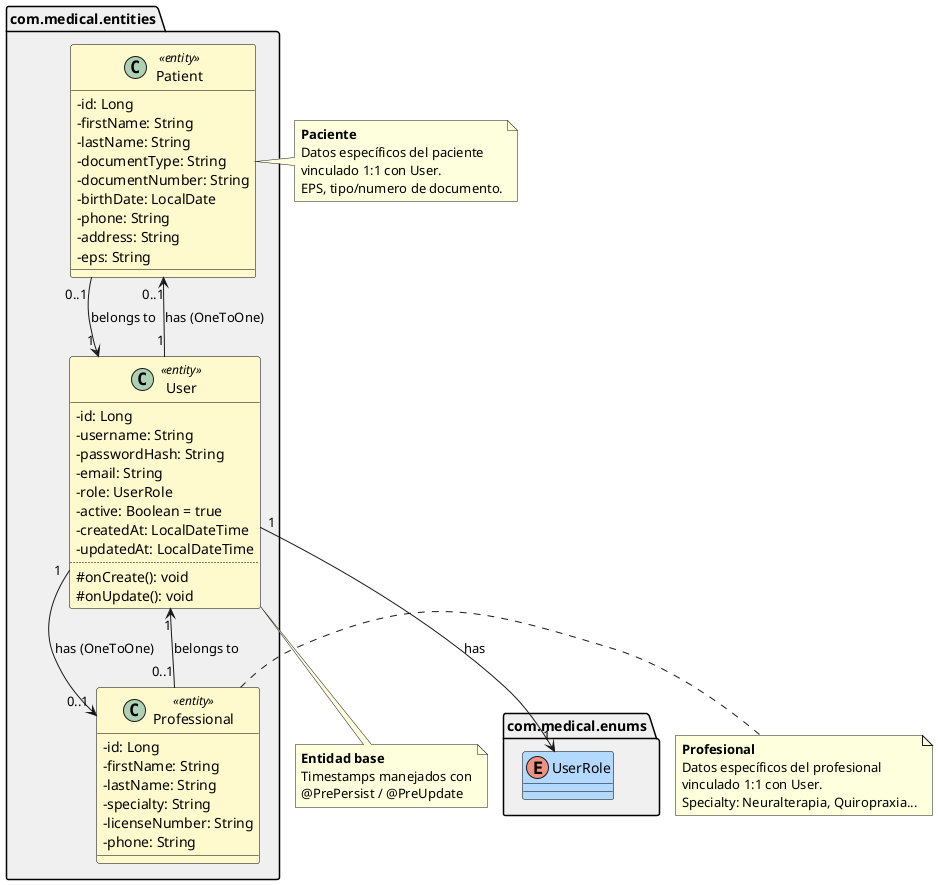
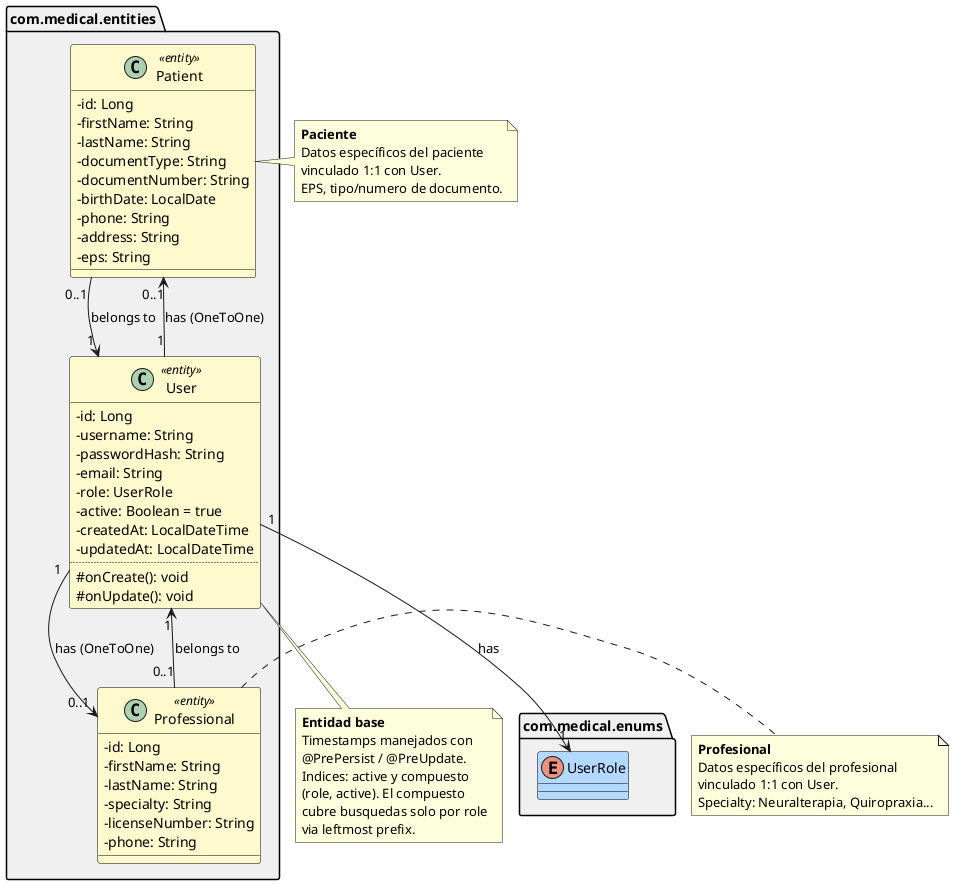
@startuml EntitiesRelations
' ====================================================================
' Diagrama de clases - Entidades JPA
' Refleja EXACTAMENTE com.medical.entities.
' ====================================================================

skinparam classAttributeIconSize 0
skinparam defaultFontName SansSerif

' === ENTITIES ===
package "com.medical.entities" as entityPkg #F0F0F0 {

  class User <<entity>> #FFFACD;line:Black {
    {field} -id: Long
    {field} -username: String
    {field} -passwordHash: String
    {field} -email: String
    {field} -role: UserRole
    {field} -active: Boolean = true
    {field} -createdAt: LocalDateTime
    {field} -updatedAt: LocalDateTime
    ..
    {method} #onCreate(): void
    {method} #onUpdate(): void
  }

  class Patient <<entity>> #FFFACD;line:Black {
    {field} -id: Long
    {field} -firstName: String
    {field} -lastName: String
    {field} -documentType: String
    {field} -documentNumber: String
    {field} -birthDate: LocalDate
    {field} -phone: String
    {field} -address: String
    {field} -eps: String
  }

  class Professional <<entity>> #FFFACD;line:Black {
    {field} -id: Long
    {field} -firstName: String
    {field} -lastName: String
    {field} -specialty: String
    {field} -licenseNumber: String
    {field} -phone: String
  }

}

' === EXTERNAL DEPENDENCIES ===
package "com.medical.enums" as enumPkg #F0F0F0 {
  enum UserRole #B3D9FF;line:Black
}

' === RELATIONSHIPS ===
User "1" --> "1" UserRole : "has"

User "1" --> "0..1" Patient : "has (OneToOne)"
Patient "0..1" --> "1" User : "belongs to"

User "1" --> "0..1" Professional : "has (OneToOne)"
Professional "0..1" --> "1" User : "belongs to"

note bottom of User
  **Entidad base**
  Timestamps manejados con
-   @PrePersist / @PreUpdate
+   @PrePersist / @PreUpdate.
+   Indices: active y compuesto
+   (role, active). El compuesto
+   cubre busquedas solo por role
+   via leftmost prefix.
end note

note right of Patient
  **Paciente**
  Datos específicos del paciente
  vinculado 1:1 con User.
  EPS, tipo/numero de documento.
end note

note right of Professional
  **Profesional**
  Datos específicos del profesional
  vinculado 1:1 con User.
  Specialty: Neuralterapia, Quiropraxia...
end note

@enduml
